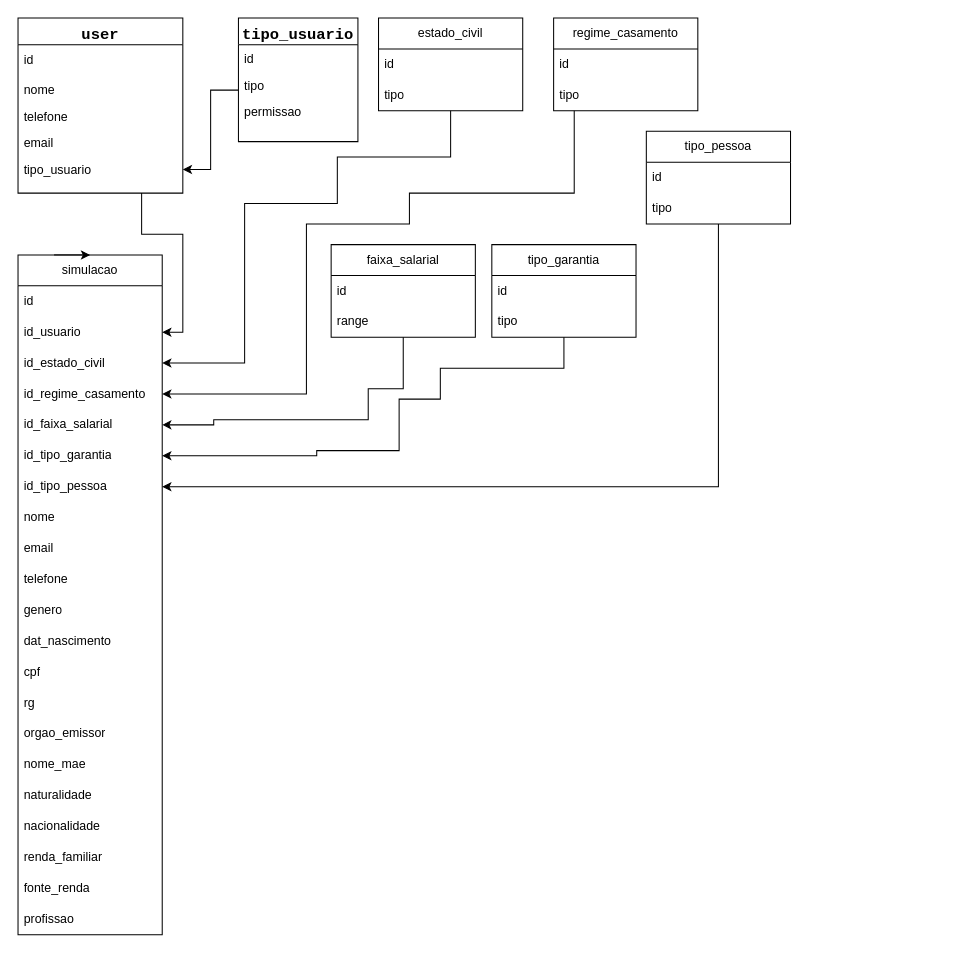
Earlier version of the draw.io diagram Diagrama sem nome.drawio (lucaswalmor/lucaswalmor). Source tidied: cells renumbered, new cells numbered last; positions are measured from the earlier drawing's top-left corner, leaving out a move shared by most shapes. Both pictures are drawn from the tidied source at 103%, with x=0, y=0 at pixel (18, 18).
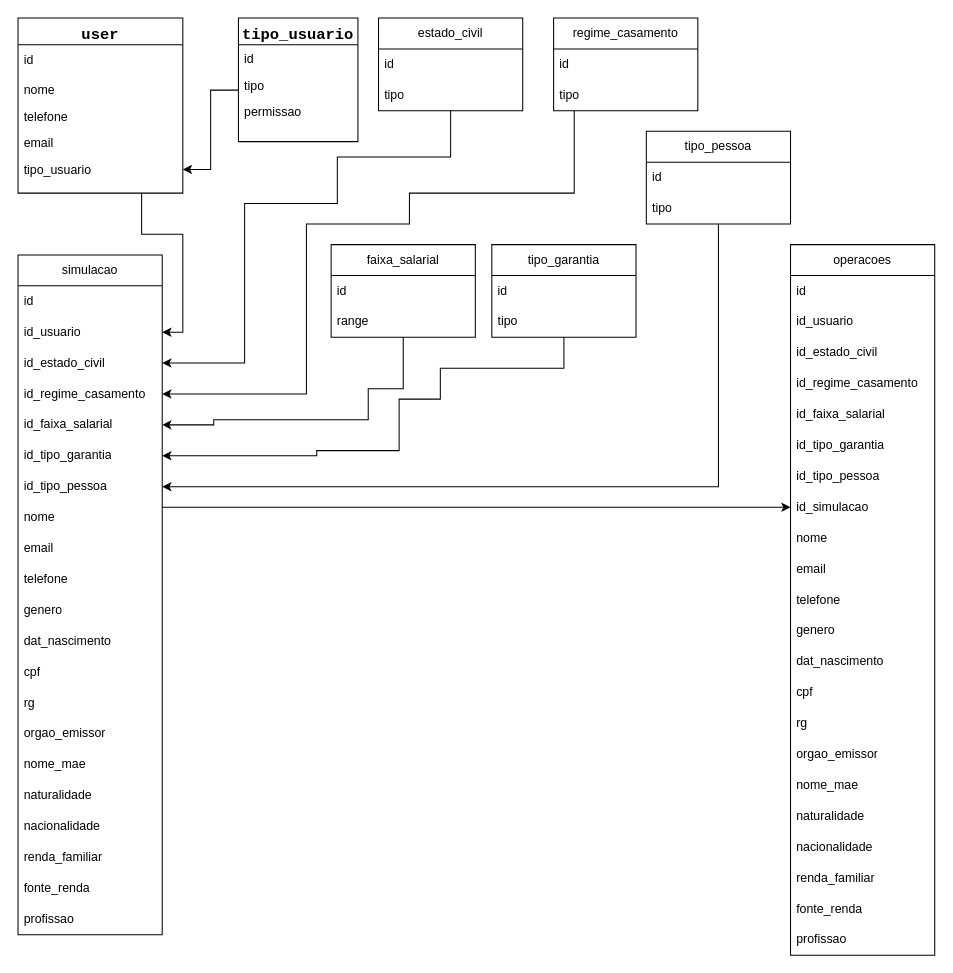
After the change.

Unchanged cells that the change refers to:
```xml
<mxCell id="14" value="simulacao" style="swimlane;fontStyle=0;horizontal=1;startSize=30;whiteSpace=wrap;html=1;" parent="1" vertex="1">
  <mxGeometry y="230" width="140" height="660" as="geometry" />
</mxCell>
```

What changed in the source:
```diff
@@
+    <mxCell id="57" style="edgeStyle=orthogonalEdgeStyle;rounded=0;jettySize=auto;html=1;" parent="1" edge="1" source="14" target="66">
+      <mxGeometry relative="1" as="geometry">
+        <Array as="points">
+          <mxPoint x="290" y="475" />
+          <mxPoint x="290" y="475" />
+        </Array>
+      </mxGeometry>
+    </mxCell>
@@
-    <mxCell id="36" style="edgeStyle=orthogonalEdgeStyle;rounded=0;orthogonalLoop=1;jettySize=auto;html=1;exitX=0.25;exitY=0;exitDx=0;exitDy=0;entryX=0.5;entryY=0;entryDx=0;entryDy=0;" parent="1" edge="1" source="14" target="14">
-      <mxGeometry relative="1" as="geometry" />
-    </mxCell>
@@
+    <mxCell id="58" value="operacoes" style="swimlane;fontStyle=0;horizontal=1;startSize=30;whiteSpace=wrap;html=1;" parent="1" vertex="1">
+      <mxGeometry x="750" y="220" width="140" height="690" as="geometry" />
+    </mxCell>
+    <mxCell id="59" value="id" style="text;strokeColor=none;fillColor=none;align=left;verticalAlign=middle;spacingLeft=4;spacingRight=4;overflow=hidden;whiteSpace=wrap;html=1;" parent="58" vertex="1">
+      <mxGeometry y="30" width="140" height="30" as="geometry" />
+    </mxCell>
+    <mxCell id="60" value="id_usuario" style="text;strokeColor=none;fillColor=none;align=left;verticalAlign=middle;spacingLeft=4;spacingRight=4;overflow=hidden;whiteSpace=wrap;html=1;" parent="58" vertex="1">
+      <mxGeometry y="60" width="140" height="30" as="geometry" />
+    </mxCell>
+    <mxCell id="61" value="id_estado_civil" style="text;strokeColor=none;fillColor=none;align=left;verticalAlign=middle;spacingLeft=4;spacingRight=4;overflow=hidden;whiteSpace=wrap;html=1;" parent="58" vertex="1">
+      <mxGeometry y="90" width="140" height="30" as="geometry" />
+    </mxCell>
+    <mxCell id="62" value="id_regime_casamento" style="text;strokeColor=none;fillColor=none;align=left;verticalAlign=middle;spacingLeft=4;spacingRight=4;overflow=hidden;whiteSpace=wrap;html=1;" parent="58" vertex="1">
+      <mxGeometry y="120" width="140" height="30" as="geometry" />
+    </mxCell>
+    <mxCell id="63" value="id_faixa_salarial" style="text;strokeColor=none;fillColor=none;align=left;verticalAlign=middle;spacingLeft=4;spacingRight=4;overflow=hidden;whiteSpace=wrap;html=1;" parent="58" vertex="1">
+      <mxGeometry y="150" width="140" height="30" as="geometry" />
+    </mxCell>
+    <mxCell id="64" value="id_tipo_garantia" style="text;strokeColor=none;fillColor=none;align=left;verticalAlign=middle;spacingLeft=4;spacingRight=4;overflow=hidden;whiteSpace=wrap;html=1;" parent="58" vertex="1">
+      <mxGeometry y="180" width="140" height="30" as="geometry" />
+    </mxCell>
+    <mxCell id="65" value="id_tipo_pessoa" style="text;strokeColor=none;fillColor=none;align=left;verticalAlign=middle;spacingLeft=4;spacingRight=4;overflow=hidden;whiteSpace=wrap;html=1;" parent="58" vertex="1">
+      <mxGeometry y="210" width="140" height="30" as="geometry" />
+    </mxCell>
+    <mxCell id="66" value="id_simulacao" style="text;align=left;verticalAlign=middle;spacingLeft=4;spacingRight=4;overflow=hidden;points=[[0,0.5],[1,0.5]];portConstraint=eastwest;whiteSpace=wrap;html=1;" parent="58" vertex="1">
+      <mxGeometry y="240" width="140" height="30" as="geometry" />
+    </mxCell>
+    <mxCell id="67" value="nome" style="text;align=left;verticalAlign=middle;spacingLeft=4;spacingRight=4;overflow=hidden;whiteSpace=wrap;html=1;" parent="58" vertex="1">
+      <mxGeometry y="270" width="140" height="30" as="geometry" />
+    </mxCell>
+    <mxCell id="68" value="email" style="text;align=left;verticalAlign=middle;spacingLeft=4;spacingRight=4;overflow=hidden;whiteSpace=wrap;html=1;" parent="58" vertex="1">
+      <mxGeometry y="300" width="140" height="30" as="geometry" />
+    </mxCell>
+    <mxCell id="69" value="telefone" style="text;align=left;verticalAlign=middle;spacingLeft=4;spacingRight=4;overflow=hidden;whiteSpace=wrap;html=1;" parent="58" vertex="1">
+      <mxGeometry y="330" width="140" height="30" as="geometry" />
+    </mxCell>
+    <mxCell id="70" value="genero" style="text;strokeColor=none;fillColor=none;align=left;verticalAlign=middle;spacingLeft=4;spacingRight=4;overflow=hidden;whiteSpace=wrap;html=1;" parent="58" vertex="1">
+      <mxGeometry y="360" width="140" height="30" as="geometry" />
+    </mxCell>
+    <mxCell id="71" value="dat_nascimento" style="text;strokeColor=none;fillColor=none;align=left;verticalAlign=middle;spacingLeft=4;spacingRight=4;overflow=hidden;whiteSpace=wrap;html=1;" parent="58" vertex="1">
+      <mxGeometry y="390" width="140" height="30" as="geometry" />
+    </mxCell>
+    <mxCell id="72" value="cpf" style="text;strokeColor=none;fillColor=none;align=left;verticalAlign=middle;spacingLeft=4;spacingRight=4;overflow=hidden;whiteSpace=wrap;html=1;" parent="58" vertex="1">
+      <mxGeometry y="420" width="140" height="30" as="geometry" />
+    </mxCell>
+    <mxCell id="73" value="rg" style="text;align=left;verticalAlign=middle;spacingLeft=4;spacingRight=4;overflow=hidden;whiteSpace=wrap;html=1;" parent="58" vertex="1">
+      <mxGeometry y="450" width="140" height="30" as="geometry" />
+    </mxCell>
+    <mxCell id="74" value="orgao_emissor" style="text;align=left;verticalAlign=middle;spacingLeft=4;spacingRight=4;overflow=hidden;whiteSpace=wrap;html=1;" parent="58" vertex="1">
+      <mxGeometry y="480" width="140" height="30" as="geometry" />
+    </mxCell>
+    <mxCell id="75" value="nome_mae" style="text;align=left;verticalAlign=middle;spacingLeft=4;spacingRight=4;overflow=hidden;whiteSpace=wrap;html=1;" parent="58" vertex="1">
+      <mxGeometry y="510" width="140" height="30" as="geometry" />
+    </mxCell>
+    <mxCell id="76" value="naturalidade" style="text;align=left;verticalAlign=middle;spacingLeft=4;spacingRight=4;overflow=hidden;whiteSpace=wrap;html=1;" parent="58" vertex="1">
+      <mxGeometry y="540" width="140" height="30" as="geometry" />
+    </mxCell>
+    <mxCell id="77" value="nacionalidade" style="text;align=left;verticalAlign=middle;spacingLeft=4;spacingRight=4;overflow=hidden;whiteSpace=wrap;html=1;" parent="58" vertex="1">
+      <mxGeometry y="570" width="140" height="30" as="geometry" />
+    </mxCell>
+    <mxCell id="78" value="renda_familiar" style="text;align=left;verticalAlign=middle;spacingLeft=4;spacingRight=4;overflow=hidden;whiteSpace=wrap;html=1;" parent="58" vertex="1">
+      <mxGeometry y="600" width="140" height="30" as="geometry" />
+    </mxCell>
+    <mxCell id="79" value="fonte_renda" style="text;align=left;verticalAlign=middle;spacingLeft=4;spacingRight=4;overflow=hidden;whiteSpace=wrap;html=1;" parent="58" vertex="1">
+      <mxGeometry y="630" width="140" height="30" as="geometry" />
+    </mxCell>
+    <mxCell id="80" value="profissao" style="text;align=left;verticalAlign=middle;spacingLeft=4;spacingRight=4;overflow=hidden;whiteSpace=wrap;html=1;" parent="58" vertex="1">
+      <mxGeometry y="660" width="140" height="30" as="geometry" />
+    </mxCell>
```
